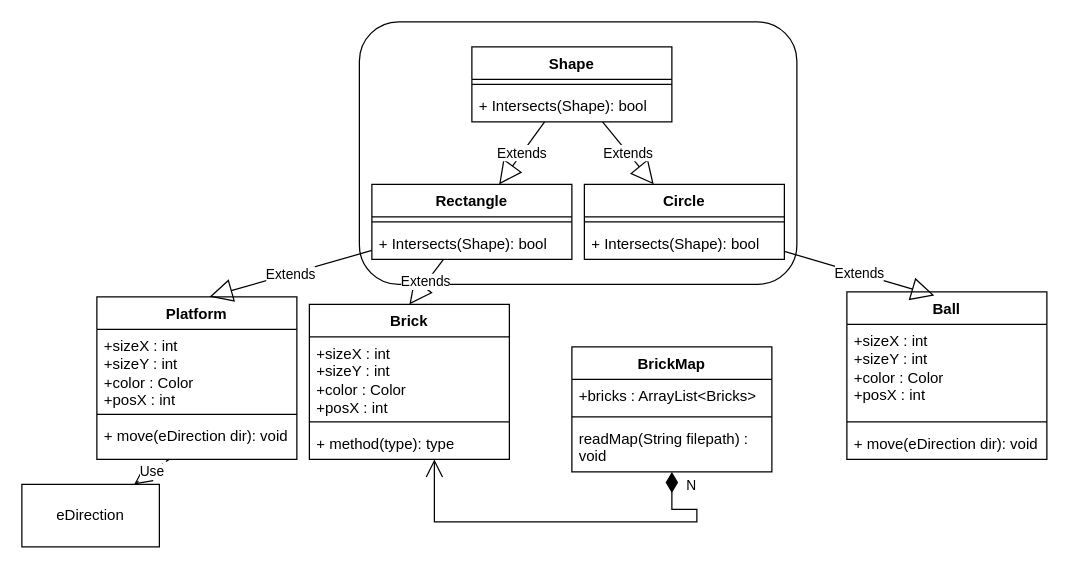
The draw.io diagram Диаграмма финальный проект.drawio in CastleBasset/Alaska, before the edit. Source tidied: cells renumbered, new cells numbered last; positions are measured from the earlier drawing's top-left corner, leaving out a move shared by most shapes. Both pictures are drawn from the tidied source at 125%, with x=0, y=0 at pixel (21, 21).
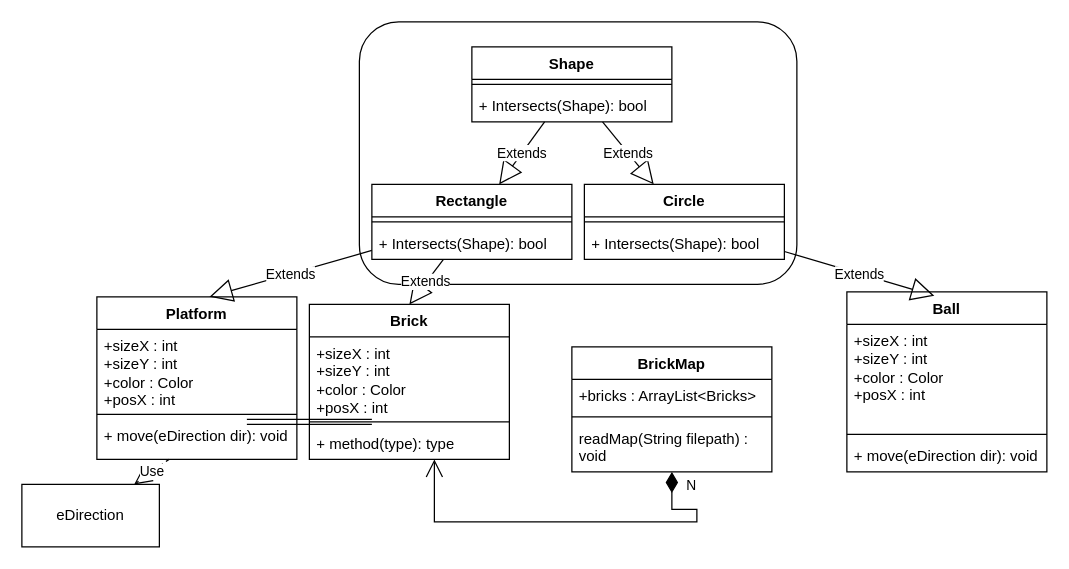
After the change.

What changed in the source:
```diff
@@
     <mxCell id="21" value="Ball" style="swimlane;fontStyle=1;align=center;verticalAlign=top;horizontal=1;startSize=26;whiteSpace=wrap;html=1;" parent="1" vertex="1">
-      <mxGeometry x="660" y="216" width="160" height="134" as="geometry" />
+      <mxGeometry x="660" y="216" width="160" height="144" as="geometry" />
     </mxCell>
     <mxCell id="22" value="&lt;div&gt;+sizeX : int&lt;/div&gt;&lt;div&gt;+sizeY : int&lt;/div&gt;&lt;div&gt;+color : Color&lt;/div&gt;&lt;div&gt;+posX : int&lt;/div&gt;&lt;div&gt;&lt;br&gt;&lt;br&gt;&lt;/div&gt;" style="text;strokeColor=none;fillColor=none;align=left;verticalAlign=top;spacingLeft=4;spacingRight=4;overflow=hidden;whiteSpace=wrap;html=1;" parent="21" vertex="1">
-      <mxGeometry y="26" width="160" height="74" as="geometry" />
+      <mxGeometry y="26" width="160" height="84" as="geometry" />
     </mxCell>
     <mxCell id="23" style="line;strokeWidth=1;fillColor=none;align=left;verticalAlign=middle;spacingTop=-1;spacingLeft=3;spacingRight=3;labelPosition=right;strokeColor=inherit;" parent="21" vertex="1">
-      <mxGeometry y="100" width="160" height="8" as="geometry" />
+      <mxGeometry y="110" width="160" height="8" as="geometry" />
     </mxCell>
     <mxCell id="24" value="+ move(eDirection dir): void" style="text;strokeColor=none;fillColor=none;align=left;verticalAlign=top;spacingLeft=4;spacingRight=4;overflow=hidden;whiteSpace=wrap;html=1;" parent="21" vertex="1">
-      <mxGeometry y="108" width="160" height="26" as="geometry" />
+      <mxGeometry y="118" width="160" height="26" as="geometry" />
     </mxCell>
@@
+    <mxCell id="36" style="shape=link;html=1;rounded=0;" parent="1" edge="1">
+      <mxGeometry relative="1" as="geometry">
+        <mxPoint x="180" y="320" as="sourcePoint" />
+        <mxPoint x="280" y="320" as="targetPoint" />
+      </mxGeometry>
+    </mxCell>
```
